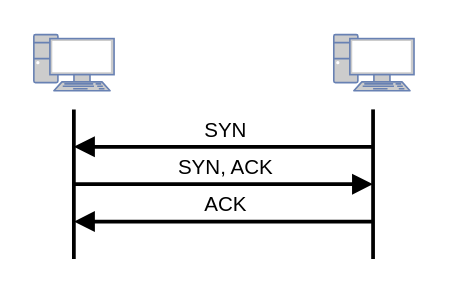
Earlier version of the draw.io diagram pictures/3way_handshake.drawio (SamoKopecky/diploma-thesis-latex). Source tidied: cells renumbered, new cells numbered last; positions are measured from the earlier drawing's top-left corner, leaving out a move shared by most shapes. Both pictures are drawn from the tidied source at 187%, with x=0, y=0 at pixel (34, 34).
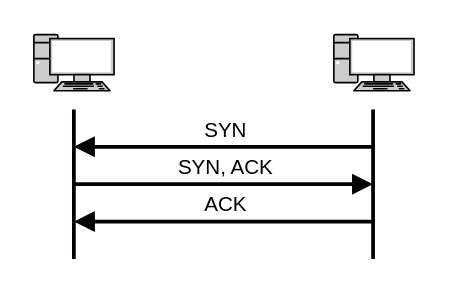
After the change.

Change to the diagram source:
```diff
@@
 <mxGraphModel>
   <root>
     <mxCell id="0" />
     <mxCell id="1" parent="0" />
     <mxCell id="2" style="endArrow=none;html=1;rounded=0;strokeWidth=2;" parent="1" edge="1">
       <mxGeometry relative="1" as="geometry">
         <mxPoint x="21" y="120" as="sourcePoint" />
         <mxPoint x="21" y="40" as="targetPoint" />
       </mxGeometry>
     </mxCell>
     <mxCell id="3" style="endArrow=none;html=1;rounded=0;strokeWidth=2;" parent="1" edge="1">
       <mxGeometry relative="1" as="geometry">
         <mxPoint x="181" y="120" as="sourcePoint" />
         <mxPoint x="181" y="40" as="targetPoint" />
       </mxGeometry>
     </mxCell>
-    <mxCell id="4" style="fontColor=#0066CC;verticalAlign=top;verticalLabelPosition=bottom;labelPosition=center;align=center;html=1;fillColor=#CCCCCC;strokeColor=#6881B3;gradientColor=none;gradientDirection=north;strokeWidth=2;shape=mxgraph.networks.pc;" parent="1" vertex="1">
+    <mxCell id="4" style="fontColor=#0066CC;verticalAlign=top;verticalLabelPosition=bottom;labelPosition=center;align=center;html=1;fillColor=#CCCCCC;strokeColor=#000000;gradientColor=none;gradientDirection=north;strokeWidth=2;shape=mxgraph.networks.pc;" parent="1" vertex="1">
       <mxGeometry x="-0.4" width="42.9" height="30" as="geometry" />
     </mxCell>
-    <mxCell id="5" style="fontColor=#0066CC;verticalAlign=top;verticalLabelPosition=bottom;labelPosition=center;align=center;html=1;fillColor=#CCCCCC;strokeColor=#6881B3;gradientColor=none;gradientDirection=north;strokeWidth=2;shape=mxgraph.networks.pc;" parent="1" vertex="1">
+    <mxCell id="5" style="fontColor=#0066CC;verticalAlign=top;verticalLabelPosition=bottom;labelPosition=center;align=center;html=1;fillColor=#CCCCCC;strokeColor=#000000;gradientColor=none;gradientDirection=north;strokeWidth=2;shape=mxgraph.networks.pc;" parent="1" vertex="1">
       <mxGeometry x="160" width="42.9" height="30" as="geometry" />
     </mxCell>
     <mxCell id="6" style="endArrow=block;html=1;rounded=0;strokeWidth=2;endFill=1;" parent="1" edge="1">
       <mxGeometry relative="1" as="geometry">
         <mxPoint x="181" y="60" as="sourcePoint" />
         <mxPoint x="21" y="60" as="targetPoint" />
       </mxGeometry>
     </mxCell>
     <mxCell id="7" value="SYN" style="edgeLabel;html=1;align=center;verticalAlign=middle;" parent="6" vertex="1">
       <mxGeometry x="0.06" relative="1" as="geometry">
         <mxPoint x="5" y="-10" as="offset" />
       </mxGeometry>
     </mxCell>
     <mxCell id="8" style="endArrow=block;html=1;rounded=0;strokeWidth=2;endFill=1;" parent="1" edge="1">
       <mxGeometry relative="1" as="geometry">
         <mxPoint x="21" y="80" as="sourcePoint" />
         <mxPoint x="181" y="80" as="targetPoint" />
       </mxGeometry>
     </mxCell>
     <mxCell id="9" value="SYN, ACK" style="edgeLabel;html=1;align=center;verticalAlign=middle;" parent="8" vertex="1">
       <mxGeometry x="0.06" relative="1" as="geometry">
         <mxPoint x="-5" y="-10" as="offset" />
       </mxGeometry>
     </mxCell>
     <mxCell id="10" style="endArrow=block;html=1;rounded=0;strokeWidth=2;endFill=1;" parent="1" edge="1">
       <mxGeometry relative="1" as="geometry">
         <mxPoint x="181" y="100" as="sourcePoint" />
         <mxPoint x="21" y="100" as="targetPoint" />
       </mxGeometry>
     </mxCell>
     <mxCell id="11" value="ACK" style="edgeLabel;html=1;align=center;verticalAlign=middle;" parent="10" vertex="1">
       <mxGeometry x="0.06" relative="1" as="geometry">
         <mxPoint x="5" y="-10" as="offset" />
       </mxGeometry>
     </mxCell>
   </root>
 </mxGraphModel>
```
